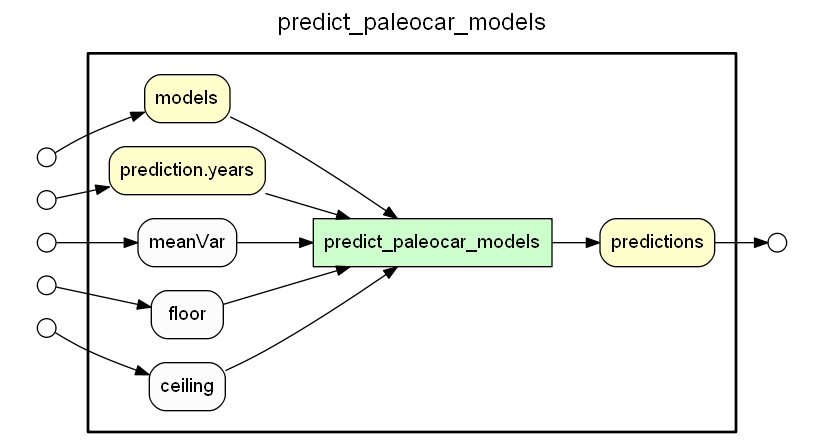
Above: .prov_scripts/graphs/predict_paleocar_models.png in idaks/wt-prov-Summer-2017 (Graphviz), before the change. Its source is kept beside it as .prov_scripts/gv_files/predict_paleocar_models.gv.
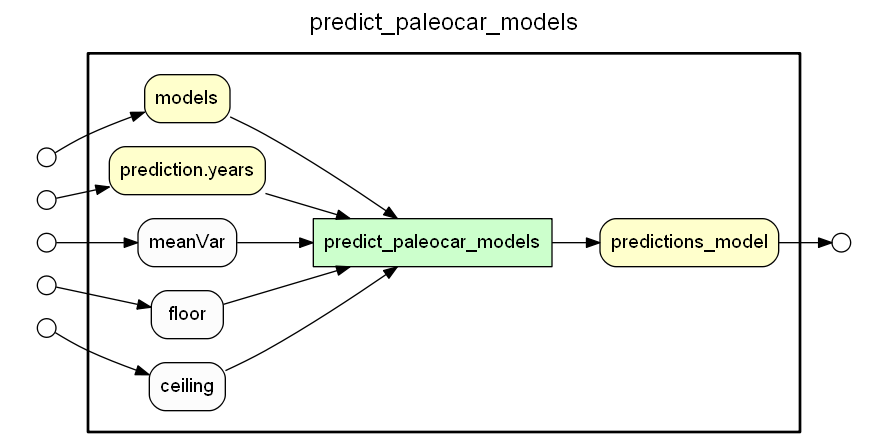
Later version of the same file.

The edit, as a diff of the source:
```diff
@@ -7,14 +7,14 @@
 node[shape=box style=filled fillcolor="#CCFFCC" peripheries=1 fontname=Helvetica]
 predict_paleocar_models
 node[shape=box style="rounded,filled" fillcolor="#FFFFCC" peripheries=1 fontname=Helvetica]
-predictions
+predictions_model
 models
 "prediction.years"
 node[shape=box style="rounded,filled" fillcolor="#FCFCFC" peripheries=1 fontname=Helvetica]
 meanVar
 floor
 ceiling
-predict_paleocar_models -> predictions
+predict_paleocar_models -> predictions_model
 models -> predict_paleocar_models
 "prediction.years" -> predict_paleocar_models
 meanVar -> predict_paleocar_models
@@ -33,12 +33,12 @@
 subgraph cluster_output_ports_group_outer { label=""; penwidth=0
 subgraph cluster_output_ports_group_inner { label=""; penwidth=0
 node[shape=circle style="rounded,filled" fillcolor="#FFFFFF" peripheries=1 fontname=Helvetica width=0.2]
-predictions_output_port [label=""]
+predictions_model_output_port [label=""]
 }}
 models_input_port -> models
 "prediction.years_input_port" -> "prediction.years"
 meanVar_input_port -> meanVar
 floor_input_port -> floor
 ceiling_input_port -> ceiling
-predictions -> predictions_output_port
+predictions_model -> predictions_model_output_port
 }
```
